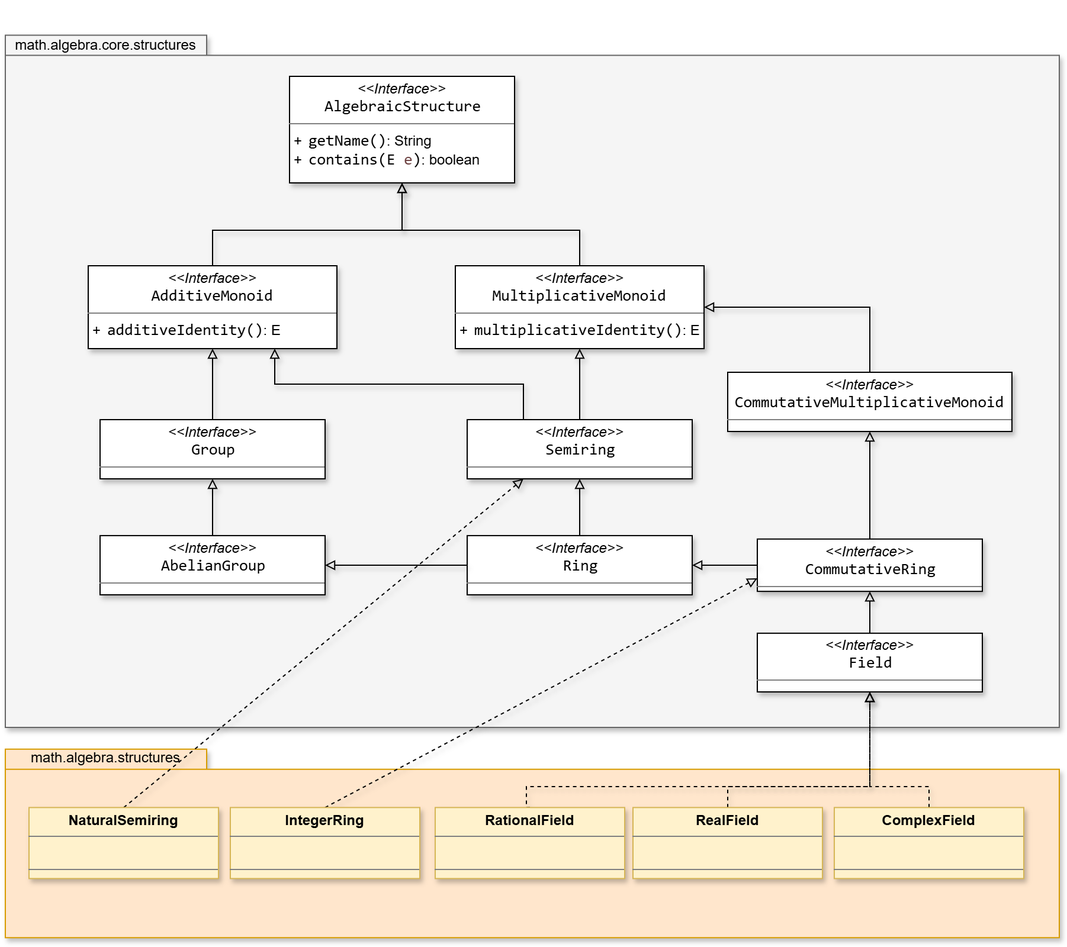
Before: resources/SMFN-algebra-structures.drawio.png, a diagram exported from draw.io (gom9000/SMFN). Source tidied: cells renumbered, new cells last; positions are measured from the earlier drawing's top-left corner, leaving out a move shared by most shapes.
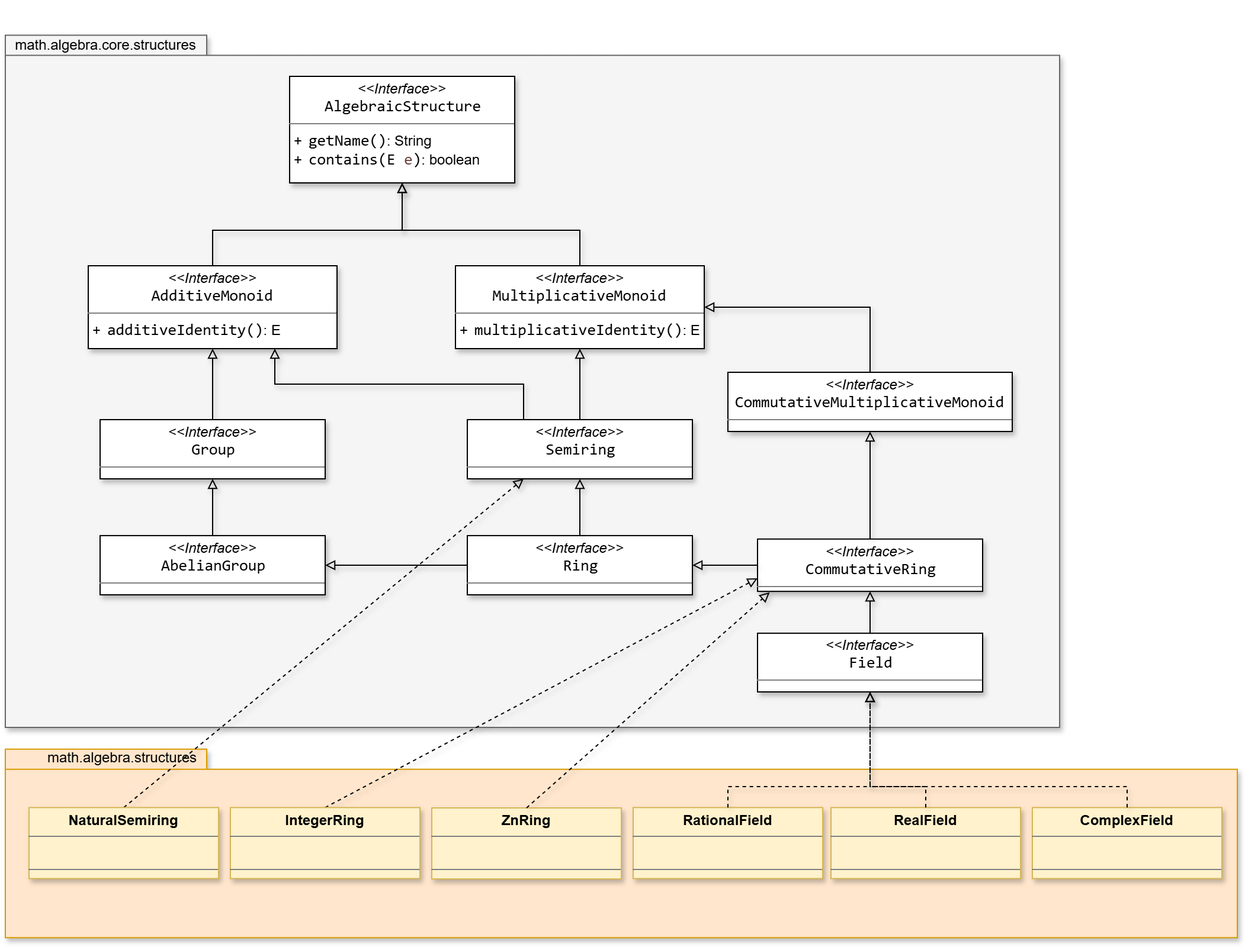
After the change.

Commit message:
add ZnRing structure and Zn element

The edit, as a diff of the source:
```diff
@@ -3,14 +3,26 @@
     <mxCell id="0" />
     <mxCell id="1" parent="0" />
     <mxCell id="2" style="group;shadow=1;" parent="1" vertex="1">
-      <mxGeometry y="627.7" width="890" height="160" as="geometry" />
+      <mxGeometry y="627.7" width="1040" height="160" as="geometry" />
     </mxCell>
     <mxCell id="3" style="shape=folder;fontStyle=1;spacingTop=10;tabWidth=170;tabHeight=17;tabPosition=left;html=1;whiteSpace=wrap;fillColor=#ffe6cc;strokeColor=#d79b00;shadow=1;" parent="2" vertex="1">
-      <mxGeometry y="0.7" width="890" height="159.3" as="geometry" />
+      <mxGeometry y="0.7" width="1040" height="159.3" as="geometry" />
     </mxCell>
     <mxCell id="4" value="math.algebra.structures" style="text;html=1;whiteSpace=wrap;strokeColor=none;fillColor=none;align=center;verticalAlign=middle;rounded=0;shadow=1;" parent="2" vertex="1">
-      <mxGeometry x="20" y="5.2" width="130.1" height="6.6" as="geometry" />
+      <mxGeometry x="23.4" y="5.2" width="152" height="6.6" as="geometry" />
     </mxCell>
+    <mxCell id="31" value="&lt;p style=&quot;margin:0px;margin-top:4px;text-align:center;&quot;&gt;&lt;b&gt;RealField&lt;/b&gt;&lt;/p&gt;&lt;hr size=&quot;1&quot; style=&quot;border-style:solid;&quot;&gt;&lt;p style=&quot;margin:0px;margin-left:4px;&quot;&gt;&lt;br&gt;&lt;/p&gt;&lt;hr size=&quot;1&quot; style=&quot;border-style:solid;&quot;&gt;&lt;p style=&quot;margin:0px;margin-left:4px;&quot;&gt;&lt;br&gt;&lt;/p&gt;" style="verticalAlign=top;align=left;overflow=fill;html=1;whiteSpace=wrap;fillColor=#fff2cc;strokeColor=#d6b656;labelBackgroundColor=none;shadow=1;" parent="2" vertex="1">
+      <mxGeometry x="697" y="50" width="160" height="60" as="geometry" />
+    </mxCell>
+    <mxCell id="35" value="&lt;p style=&quot;margin:0px;margin-top:4px;text-align:center;&quot;&gt;&lt;b&gt;RationalField&lt;/b&gt;&lt;/p&gt;&lt;hr size=&quot;1&quot; style=&quot;border-style:solid;&quot;&gt;&lt;p style=&quot;margin:0px;margin-left:4px;&quot;&gt;&lt;br&gt;&lt;/p&gt;&lt;hr size=&quot;1&quot; style=&quot;border-style:solid;&quot;&gt;&lt;p style=&quot;margin:0px;margin-left:4px;&quot;&gt;&lt;br&gt;&lt;/p&gt;" style="verticalAlign=top;align=left;overflow=fill;html=1;whiteSpace=wrap;fillColor=#fff2cc;strokeColor=#d6b656;labelBackgroundColor=none;shadow=1;" parent="2" vertex="1">
+      <mxGeometry x="530" y="50" width="160" height="60" as="geometry" />
+    </mxCell>
+    <mxCell id="39" value="&lt;p style=&quot;margin:0px;margin-top:4px;text-align:center;&quot;&gt;&lt;b&gt;ComplexField&lt;/b&gt;&lt;/p&gt;&lt;hr size=&quot;1&quot; style=&quot;border-style:solid;&quot;&gt;&lt;p style=&quot;margin:0px;margin-left:4px;&quot;&gt;&lt;br&gt;&lt;/p&gt;&lt;hr size=&quot;1&quot; style=&quot;border-style:solid;&quot;&gt;&lt;p style=&quot;margin:0px;margin-left:4px;&quot;&gt;&lt;br&gt;&lt;/p&gt;" style="verticalAlign=top;align=left;overflow=fill;html=1;whiteSpace=wrap;fillColor=#fff2cc;strokeColor=#d6b656;labelBackgroundColor=none;shadow=1;" parent="2" vertex="1">
+      <mxGeometry x="867" y="50" width="160" height="60" as="geometry" />
+    </mxCell>
+    <mxCell id="40" value="&lt;p style=&quot;margin:0px;margin-top:4px;text-align:center;&quot;&gt;&lt;b&gt;ZnRing&lt;/b&gt;&lt;/p&gt;&lt;hr size=&quot;1&quot; style=&quot;border-style:solid;&quot;&gt;&lt;p style=&quot;margin:0px;margin-left:4px;&quot;&gt;&lt;br&gt;&lt;/p&gt;&lt;hr size=&quot;1&quot; style=&quot;border-style:solid;&quot;&gt;&lt;p style=&quot;margin:0px;margin-left:4px;&quot;&gt;&lt;br&gt;&lt;/p&gt;" style="verticalAlign=top;align=left;overflow=fill;html=1;whiteSpace=wrap;fillColor=#fff2cc;strokeColor=#d6b656;labelBackgroundColor=none;shadow=1;" parent="2" vertex="1">
+      <mxGeometry x="360" y="50.3" width="160" height="60" as="geometry" />
+    </mxCell>
     <mxCell id="5" style="group;shadow=1;" parent="1" vertex="1">
       <mxGeometry width="890" height="610" as="geometry" />
     </mxCell>
@@ -99,14 +111,11 @@
     <mxCell id="30" style="edgeStyle=orthogonalEdgeStyle;rounded=0;jettySize=auto;html=1;exitX=0.5;exitY=0;exitDx=0;exitDy=0;entryX=0.5;entryY=1;entryDx=0;entryDy=0;dashed=1;strokeColor=default;align=center;verticalAlign=middle;fontFamily=Helvetica;fontSize=11;fontColor=default;labelBackgroundColor=default;endArrow=block;endFill=0;shadow=1;" parent="1" edge="1" source="31" target="14">
       <mxGeometry relative="1" as="geometry">
         <Array as="points">
-          <mxPoint x="610" y="660" />
+          <mxPoint x="777" y="660" />
           <mxPoint x="730" y="660" />
         </Array>
       </mxGeometry>
     </mxCell>
-    <mxCell id="31" value="&lt;p style=&quot;margin:0px;margin-top:4px;text-align:center;&quot;&gt;&lt;b&gt;RealField&lt;/b&gt;&lt;/p&gt;&lt;hr size=&quot;1&quot; style=&quot;border-style:solid;&quot;&gt;&lt;p style=&quot;margin:0px;margin-left:4px;&quot;&gt;&lt;br&gt;&lt;/p&gt;&lt;hr size=&quot;1&quot; style=&quot;border-style:solid;&quot;&gt;&lt;p style=&quot;margin:0px;margin-left:4px;&quot;&gt;&lt;br&gt;&lt;/p&gt;" style="verticalAlign=top;align=left;overflow=fill;html=1;whiteSpace=wrap;fillColor=#fff2cc;strokeColor=#d6b656;labelBackgroundColor=none;shadow=1;" parent="1" vertex="1">
-      <mxGeometry x="530" y="677.7" width="160" height="60" as="geometry" />
-    </mxCell>
     <mxCell id="32" style="rounded=0;jettySize=auto;html=1;exitX=0.5;exitY=0;exitDx=0;exitDy=0;entryX=0.25;entryY=1;entryDx=0;entryDy=0;dashed=1;endArrow=block;endFill=0;shadow=1;" parent="1" edge="1" source="33" target="20">
       <mxGeometry relative="1" as="geometry" />
     </mxCell>
@@ -116,14 +125,11 @@
     <mxCell id="34" style="edgeStyle=orthogonalEdgeStyle;rounded=0;jettySize=auto;html=1;exitX=0.5;exitY=0;exitDx=0;exitDy=0;entryX=0.5;entryY=1;entryDx=0;entryDy=0;dashed=1;strokeColor=default;align=center;verticalAlign=middle;fontFamily=Helvetica;fontSize=11;fontColor=default;labelBackgroundColor=default;endArrow=block;endFill=0;shadow=1;" parent="1" edge="1" source="35" target="14">
       <mxGeometry relative="1" as="geometry">
         <Array as="points">
-          <mxPoint x="440" y="660" />
+          <mxPoint x="610" y="660" />
           <mxPoint x="730" y="660" />
         </Array>
       </mxGeometry>
     </mxCell>
-    <mxCell id="35" value="&lt;p style=&quot;margin:0px;margin-top:4px;text-align:center;&quot;&gt;&lt;b&gt;RationalField&lt;/b&gt;&lt;/p&gt;&lt;hr size=&quot;1&quot; style=&quot;border-style:solid;&quot;&gt;&lt;p style=&quot;margin:0px;margin-left:4px;&quot;&gt;&lt;br&gt;&lt;/p&gt;&lt;hr size=&quot;1&quot; style=&quot;border-style:solid;&quot;&gt;&lt;p style=&quot;margin:0px;margin-left:4px;&quot;&gt;&lt;br&gt;&lt;/p&gt;" style="verticalAlign=top;align=left;overflow=fill;html=1;whiteSpace=wrap;fillColor=#fff2cc;strokeColor=#d6b656;labelBackgroundColor=none;shadow=1;" parent="1" vertex="1">
-      <mxGeometry x="363" y="677.7" width="160" height="60" as="geometry" />
-    </mxCell>
     <mxCell id="36" style="rounded=0;jettySize=auto;html=1;exitX=0.5;exitY=0;exitDx=0;exitDy=0;entryX=0;entryY=0.75;entryDx=0;entryDy=0;dashed=1;strokeColor=default;align=center;verticalAlign=middle;fontFamily=Helvetica;fontSize=11;fontColor=default;labelBackgroundColor=default;endArrow=block;endFill=0;shadow=1;" parent="1" edge="1" source="37" target="8">
       <mxGeometry relative="1" as="geometry" />
     </mxCell>
@@ -133,13 +139,13 @@
     <mxCell id="38" style="edgeStyle=orthogonalEdgeStyle;rounded=0;jettySize=auto;html=1;exitX=0.5;exitY=0;exitDx=0;exitDy=0;entryX=0.5;entryY=1;entryDx=0;entryDy=0;dashed=1;strokeColor=default;align=center;verticalAlign=middle;fontFamily=Helvetica;fontSize=11;fontColor=default;labelBackgroundColor=default;endArrow=block;endFill=0;shadow=1;" parent="1" edge="1" source="39" target="14">
       <mxGeometry relative="1" as="geometry">
         <Array as="points">
-          <mxPoint x="780" y="660" />
+          <mxPoint x="947" y="660" />
           <mxPoint x="730" y="660" />
         </Array>
       </mxGeometry>
     </mxCell>
-    <mxCell id="39" value="&lt;p style=&quot;margin:0px;margin-top:4px;text-align:center;&quot;&gt;&lt;b&gt;ComplexField&lt;/b&gt;&lt;/p&gt;&lt;hr size=&quot;1&quot; style=&quot;border-style:solid;&quot;&gt;&lt;p style=&quot;margin:0px;margin-left:4px;&quot;&gt;&lt;br&gt;&lt;/p&gt;&lt;hr size=&quot;1&quot; style=&quot;border-style:solid;&quot;&gt;&lt;p style=&quot;margin:0px;margin-left:4px;&quot;&gt;&lt;br&gt;&lt;/p&gt;" style="verticalAlign=top;align=left;overflow=fill;html=1;whiteSpace=wrap;fillColor=#fff2cc;strokeColor=#d6b656;labelBackgroundColor=none;shadow=1;" parent="1" vertex="1">
-      <mxGeometry x="700" y="677.7" width="160" height="60" as="geometry" />
-    </mxCell>
+    <mxCell id="41" style="rounded=0;jettySize=auto;html=1;exitX=0.5;exitY=0;exitDx=0;exitDy=0;entryX=0.054;entryY=1.018;entryDx=0;entryDy=0;entryPerimeter=0;shadow=1;dashed=1;strokeColor=default;align=center;verticalAlign=middle;fontFamily=Helvetica;fontSize=11;fontColor=default;labelBackgroundColor=default;endArrow=block;endFill=0;" parent="1" edge="1" source="40" target="8">
+      <mxGeometry relative="1" as="geometry" />
+    </mxCell>
   </root>
 </mxGraphModel>
```
